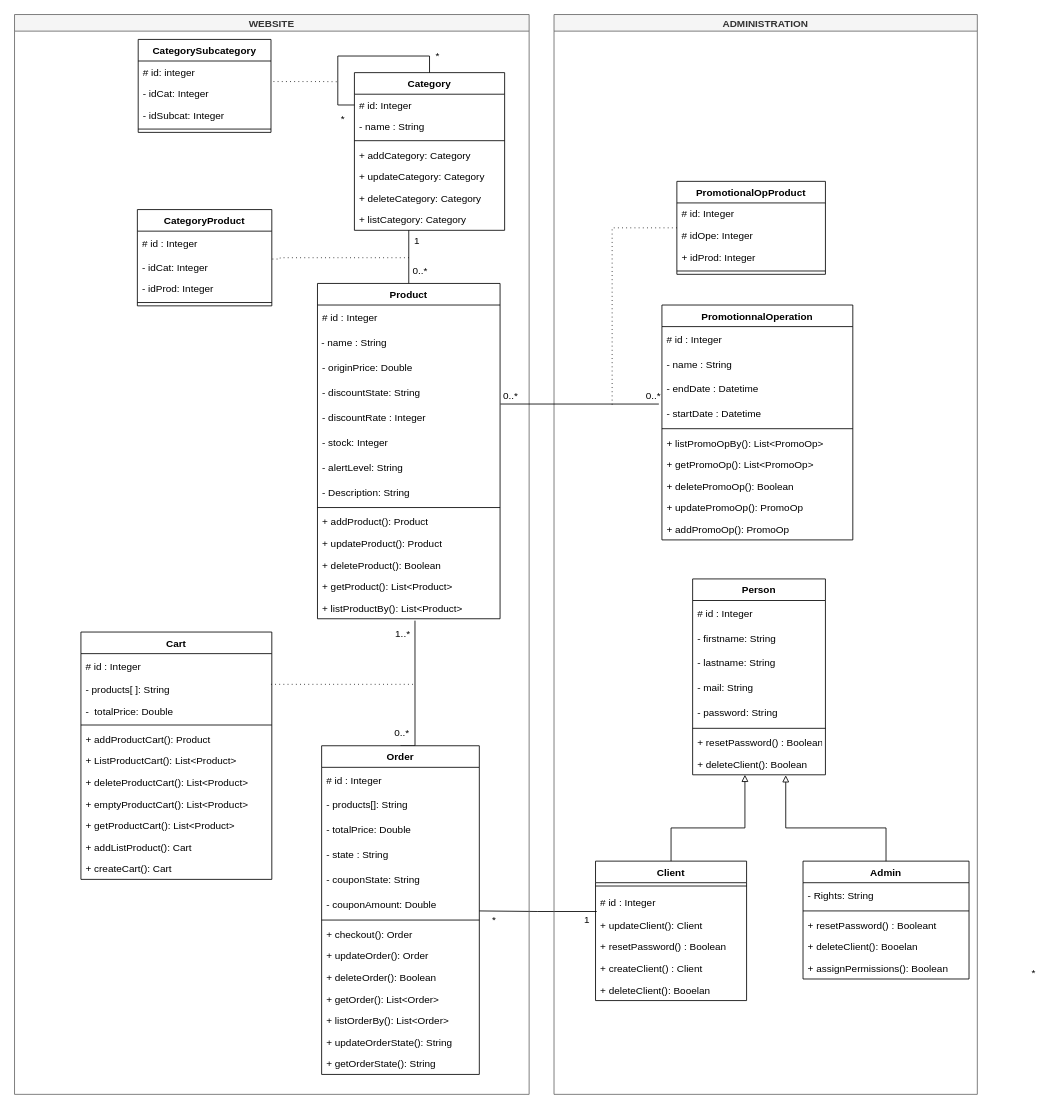
zbendd/ptut8 keeps this draw.io diagram as ptut8_DiagrammeDeClasse_V1.0.drawio. Above is the earlier version. Source tidied: cells renumbered, new cells numbered last; positions are measured from the earlier drawing's top-left corner, leaving out a move shared by most shapes. Both pictures are drawn from the tidied source at 83%, with x=0, y=0 at pixel (14, 14).
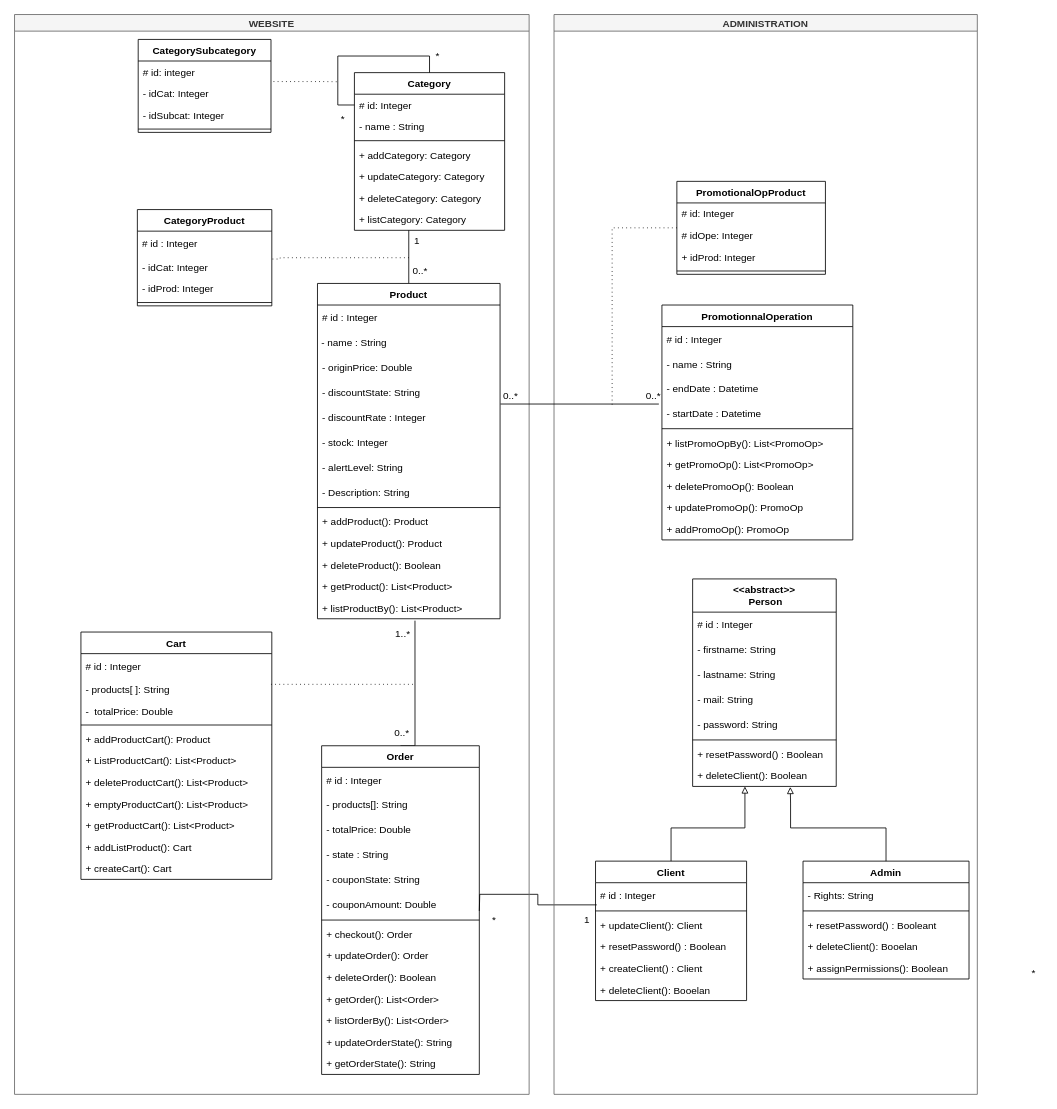
The same page after the edit.

The change refers to these unchanged cells:
```xml
<mxCell id="80" value="ADMINISTRATION" style="swimlane;startSize=20;horizontal=1;containerType=tree;fillColor=#f5f5f5;fontColor=#333333;strokeColor=#666666;" parent="1" vertex="1">
  <mxGeometry x="650" width="510" height="1301" as="geometry" />
</mxCell>
<mxCell id="82" value="Client" style="swimlane;fontStyle=1;align=center;verticalAlign=top;horizontal=1;startSize=26;" parent="80" vertex="1">
  <mxGeometry x="50" y="1020" width="182" height="168" as="geometry" />
</mxCell>
<mxCell id="100" value="Admin" style="swimlane;fontStyle=1;align=center;verticalAlign=top;horizontal=1;startSize=26;" parent="80" vertex="1">
  <mxGeometry x="300" y="1020" width="200" height="142" as="geometry" />
</mxCell>
```

Diff of the diagram source:
```diff
@@
+    <mxCell id="84" value="# id : Integer" style="text;strokeColor=none;fillColor=none;align=left;verticalAlign=middle;spacingLeft=4;spacingRight=4;overflow=hidden;points=[[0,0.5],[1,0.5]];portConstraint=eastwest;" parent="82" vertex="1">
+      <mxGeometry y="26" width="182" height="30" as="geometry" />
+    </mxCell>
     <mxCell id="83" style="line;strokeWidth=1;fillColor=none;align=left;verticalAlign=middle;spacingTop=-1;spacingLeft=3;spacingRight=3;labelPosition=right;" parent="82" vertex="1">
-      <mxGeometry y="26" width="182" height="8" as="geometry" />
+      <mxGeometry y="56" width="182" height="8" as="geometry" />
     </mxCell>
-    <mxCell id="84" value="# id : Integer" style="text;strokeColor=none;fillColor=none;align=left;verticalAlign=middle;spacingLeft=4;spacingRight=4;overflow=hidden;points=[[0,0.5],[1,0.5]];portConstraint=eastwest;" parent="82" vertex="1">
-      <mxGeometry y="34" width="182" height="30" as="geometry" />
-    </mxCell>
@@
-    <mxCell id="90" value="Person" style="swimlane;fontStyle=1;align=center;verticalAlign=top;horizontal=1;startSize=26;" parent="80" vertex="1">
-      <mxGeometry x="167" y="680" width="160" height="236" as="geometry" />
+    <mxCell id="90" value="&lt;&lt;abstract&gt;&gt;&#10; Person" style="swimlane;fontStyle=1;align=center;verticalAlign=top;horizontal=1;startSize=40;" parent="80" vertex="1">
+      <mxGeometry x="167" y="680" width="173" height="250" as="geometry" />
     </mxCell>
     <mxCell id="91" value="# id : Integer" style="text;strokeColor=none;fillColor=none;align=left;verticalAlign=middle;spacingLeft=4;spacingRight=4;overflow=hidden;" parent="90" vertex="1">
-      <mxGeometry y="26" width="160" height="30" as="geometry" />
+      <mxGeometry y="40" width="173" height="30" as="geometry" />
     </mxCell>
     <mxCell id="92" value="- firstname: String" style="text;strokeColor=none;fillColor=none;align=left;verticalAlign=middle;spacingLeft=4;spacingRight=4;overflow=hidden;" parent="90" vertex="1">
-      <mxGeometry y="56" width="160" height="30" as="geometry" />
+      <mxGeometry y="70" width="173" height="30" as="geometry" />
     </mxCell>
     <mxCell id="93" value="- lastname: String" style="text;strokeColor=none;fillColor=none;align=left;verticalAlign=middle;spacingLeft=4;spacingRight=4;overflow=hidden;" parent="90" vertex="1">
-      <mxGeometry y="86" width="160" height="30" as="geometry" />
+      <mxGeometry y="100" width="173" height="30" as="geometry" />
     </mxCell>
     <mxCell id="94" value="- mail: String" style="text;strokeColor=none;fillColor=none;align=left;verticalAlign=middle;spacingLeft=4;spacingRight=4;overflow=hidden;" parent="90" vertex="1">
-      <mxGeometry y="116" width="160" height="30" as="geometry" />
+      <mxGeometry y="130" width="173" height="30" as="geometry" />
     </mxCell>
     <mxCell id="95" value="- password: String" style="text;strokeColor=none;fillColor=none;align=left;verticalAlign=middle;spacingLeft=4;spacingRight=4;overflow=hidden;" parent="90" vertex="1">
-      <mxGeometry y="146" width="160" height="30" as="geometry" />
+      <mxGeometry y="160" width="173" height="30" as="geometry" />
     </mxCell>
     <mxCell id="96" style="line;strokeWidth=1;fillColor=none;align=left;verticalAlign=middle;spacingTop=-1;spacingLeft=3;spacingRight=3;labelPosition=right;" parent="90" vertex="1">
-      <mxGeometry y="176" width="160" height="8" as="geometry" />
+      <mxGeometry y="190" width="173" height="8" as="geometry" />
     </mxCell>
-    <mxCell id="97" value="+ resetPassword() : Booleant" style="text;strokeColor=none;fillColor=none;align=left;verticalAlign=top;spacingLeft=4;spacingRight=4;overflow=hidden;" parent="90" vertex="1">
-      <mxGeometry y="184" width="160" height="26" as="geometry" />
+    <mxCell id="97" value="+ resetPassword() : Boolean" style="text;strokeColor=none;fillColor=none;align=left;verticalAlign=top;spacingLeft=4;spacingRight=4;overflow=hidden;" parent="90" vertex="1">
+      <mxGeometry y="198" width="173" height="26" as="geometry" />
     </mxCell>
     <mxCell id="98" value="+ deleteClient(): Boolean" style="text;strokeColor=none;fillColor=none;align=left;verticalAlign=top;spacingLeft=4;spacingRight=4;overflow=hidden;points=[[0,0.5],[1,0.5]];portConstraint=eastwest;" parent="90" vertex="1">
-      <mxGeometry y="210" width="160" height="26" as="geometry" />
+      <mxGeometry y="224" width="173" height="26" as="geometry" />
     </mxCell>
@@
-    <mxCell id="106" style="edgeStyle=orthogonalEdgeStyle;rounded=0;jettySize=auto;html=1;entryX=0.701;entryY=1.022;entryDx=0;entryDy=0;entryPerimeter=0;endArrow=block;endFill=0;exitX=0.5;exitY=0;exitDx=0;exitDy=0;" parent="80" edge="1" source="100" target="98">
+    <mxCell id="106" style="edgeStyle=orthogonalEdgeStyle;rounded=0;jettySize=auto;html=1;endArrow=block;endFill=0;exitX=0.5;exitY=0;exitDx=0;exitDy=0;entryX=0.68;entryY=1.024;entryDx=0;entryDy=0;entryPerimeter=0;" parent="80" edge="1" source="100" target="98">
       <mxGeometry relative="1" as="geometry">
         <Array as="points">
           <mxPoint x="400" y="980" />
-          <mxPoint x="279" y="980" />
+          <mxPoint x="285" y="980" />
+          <mxPoint x="285" y="950" />
         </Array>
       </mxGeometry>
     </mxCell>
```
